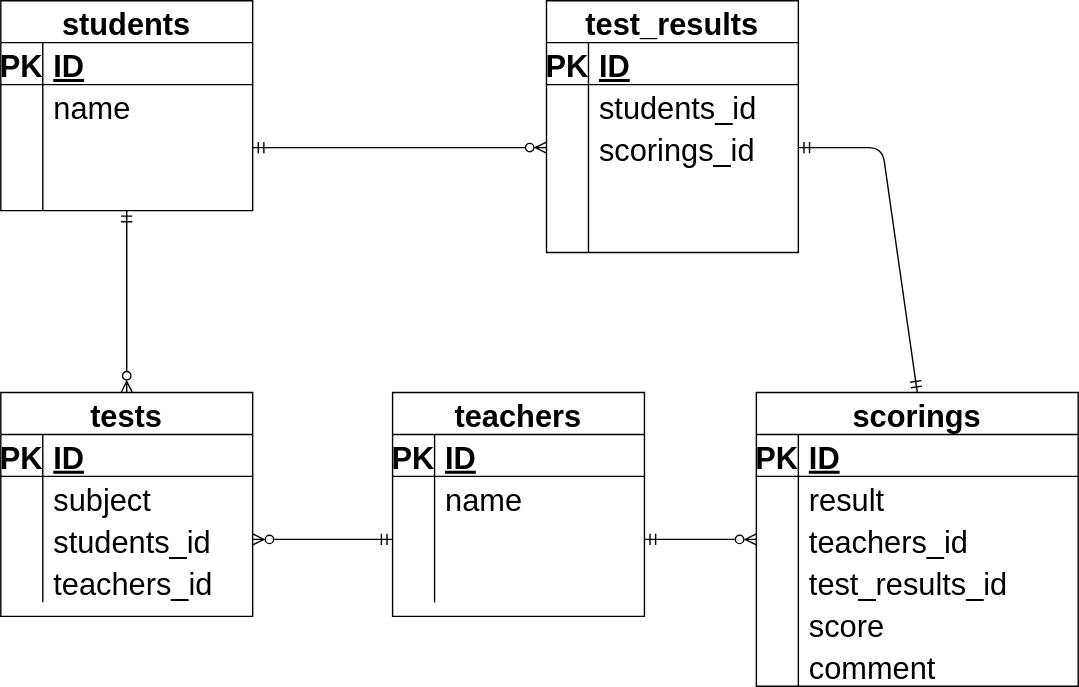
The draw.io diagram draw.svg in shuichi33/20220131_iwado, before a commit. Source tidied: cells renumbered, new cells last; positions are measured from the earlier drawing's top-left corner, leaving out a move shared by most shapes.
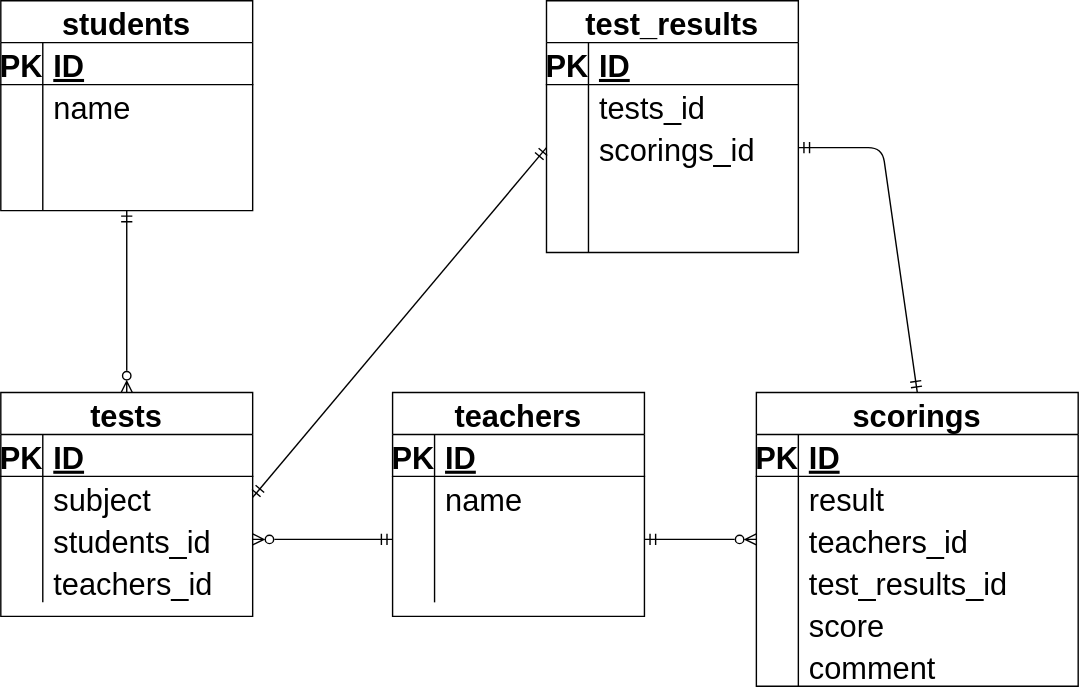
After the change.

What changed in the source:
```diff
@@ -204,7 +204,7 @@
     <mxCell id="67" style="shape=partialRectangle;fillColor=none;top=0;left=0;bottom=0;right=0;overflow=hidden;fontFamily=Helvetica;fontSize=22;fontColor=default;strokeColor=default;" parent="66" vertex="1">
       <mxGeometry width="30" height="30" as="geometry" />
     </mxCell>
-    <mxCell id="68" value="students_id" style="shape=partialRectangle;fillColor=none;top=0;left=0;bottom=0;right=0;align=left;spacingLeft=6;overflow=hidden;fontFamily=Helvetica;fontSize=22;fontColor=default;strokeColor=default;" parent="66" vertex="1">
+    <mxCell id="68" value="tests_id" style="shape=partialRectangle;fillColor=none;top=0;left=0;bottom=0;right=0;align=left;spacingLeft=6;overflow=hidden;fontFamily=Helvetica;fontSize=22;fontColor=default;strokeColor=default;" parent="66" vertex="1">
       <mxGeometry x="30" width="150" height="30" as="geometry" />
     </mxCell>
     <mxCell id="69" style="shape=partialRectangle;fillColor=none;top=0;left=0;bottom=0;right=0;points=[[0,0.5],[1,0.5]];portConstraint=eastwest;fontFamily=Helvetica;fontSize=22;fontColor=default;strokeColor=default;" parent="62" vertex="1">
@@ -234,14 +234,14 @@
     <mxCell id="77" style="shape=partialRectangle;fillColor=none;top=0;left=0;bottom=0;right=0;align=left;spacingLeft=6;overflow=hidden;fontFamily=Helvetica;fontSize=22;fontColor=default;strokeColor=default;" parent="75" vertex="1">
       <mxGeometry x="30" width="150" height="30" as="geometry" />
     </mxCell>
-    <mxCell id="78" style="edgeStyle=none;html=1;exitX=0;exitY=0.5;exitDx=0;exitDy=0;entryX=1;entryY=0.5;entryDx=0;entryDy=0;fontFamily=Helvetica;fontSize=22;fontColor=default;startArrow=ERzeroToMany;startFill=0;endArrow=ERmandOne;endFill=0;" parent="1" edge="1" source="69" target="10">
-      <mxGeometry relative="1" as="geometry" />
-    </mxCell>
     <mxCell id="79" style="edgeStyle=none;html=1;exitX=1;exitY=0.5;exitDx=0;exitDy=0;fontFamily=Helvetica;fontSize=22;fontColor=default;startArrow=ERzeroToMany;startFill=0;endArrow=ERmandOne;endFill=0;entryX=0;entryY=0.5;entryDx=0;entryDy=0;" parent="1" edge="1" source="23" target="36">
       <mxGeometry relative="1" as="geometry" />
     </mxCell>
     <mxCell id="80" style="edgeStyle=none;html=1;exitX=1;exitY=0.5;exitDx=0;exitDy=0;entryX=0;entryY=0.5;entryDx=0;entryDy=0;fontFamily=Helvetica;fontSize=22;fontColor=default;startArrow=ERmandOne;startFill=0;endArrow=ERzeroToMany;endFill=0;" parent="1" edge="1" source="36" target="50">
       <mxGeometry relative="1" as="geometry" />
     </mxCell>
+    <mxCell id="81" style="edgeStyle=none;html=1;exitX=1;exitY=0.5;exitDx=0;exitDy=0;entryX=0;entryY=0.5;entryDx=0;entryDy=0;startArrow=ERmandOne;startFill=0;endArrow=ERmandOne;endFill=0;" parent="1" edge="1" source="20" target="69">
+      <mxGeometry relative="1" as="geometry" />
+    </mxCell>
   </root>
 </mxGraphModel>
```
